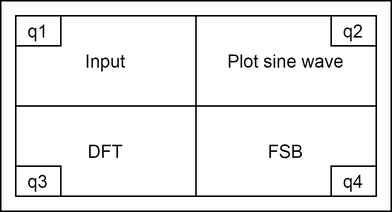
The draw.io diagram Report_Figures/window_idea.png in broyildiz/5LIU0_Project, before a commit. Source tidied: cells renumbered, new cells last; positions are measured from the earlier drawing's top-left corner, leaving out a move shared by most shapes.
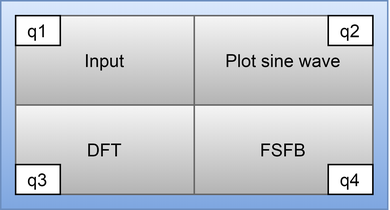
After the change.

Diff of the diagram source:
```diff
@@ -2,19 +2,19 @@
   <root>
     <mxCell id="0" />
     <mxCell id="1" parent="0" />
-    <mxCell id="2" style="rounded=0;whiteSpace=wrap;html=1;fillColor=none;" parent="1" vertex="1">
+    <mxCell id="2" style="rounded=0;whiteSpace=wrap;html=1;fillColor=#dae8fc;gradientColor=#7ea6e0;strokeColor=#6c8ebf;" parent="1" vertex="1">
       <mxGeometry width="260" height="140" as="geometry" />
     </mxCell>
-    <mxCell id="3" value="Input" style="rounded=0;whiteSpace=wrap;html=1;" parent="1" vertex="1">
+    <mxCell id="3" value="Input" style="rounded=0;whiteSpace=wrap;html=1;gradientColor=#b3b3b3;fillColor=#f5f5f5;strokeColor=#666666;" parent="1" vertex="1">
       <mxGeometry x="10" y="10" width="120" height="60" as="geometry" />
     </mxCell>
-    <mxCell id="4" value="Plot sine wave" style="rounded=0;whiteSpace=wrap;html=1;" parent="1" vertex="1">
+    <mxCell id="4" value="Plot sine wave" style="rounded=0;whiteSpace=wrap;html=1;gradientColor=#b3b3b3;fillColor=#f5f5f5;strokeColor=#666666;" parent="1" vertex="1">
       <mxGeometry x="130" y="10" width="120" height="60" as="geometry" />
     </mxCell>
-    <mxCell id="5" value="DFT" style="rounded=0;whiteSpace=wrap;html=1;" parent="1" vertex="1">
+    <mxCell id="5" value="DFT" style="rounded=0;whiteSpace=wrap;html=1;gradientColor=#b3b3b3;fillColor=#f5f5f5;strokeColor=#666666;" parent="1" vertex="1">
       <mxGeometry x="10" y="70" width="120" height="60" as="geometry" />
     </mxCell>
-    <mxCell id="6" value="FSB" style="rounded=0;whiteSpace=wrap;html=1;" parent="1" vertex="1">
+    <mxCell id="6" value="FSFB" style="rounded=0;whiteSpace=wrap;html=1;gradientColor=#b3b3b3;fillColor=#f5f5f5;strokeColor=#666666;" parent="1" vertex="1">
       <mxGeometry x="130" y="70" width="120" height="60" as="geometry" />
     </mxCell>
     <mxCell id="7" value="q1" style="rounded=0;whiteSpace=wrap;html=1;" parent="1" vertex="1">
```
